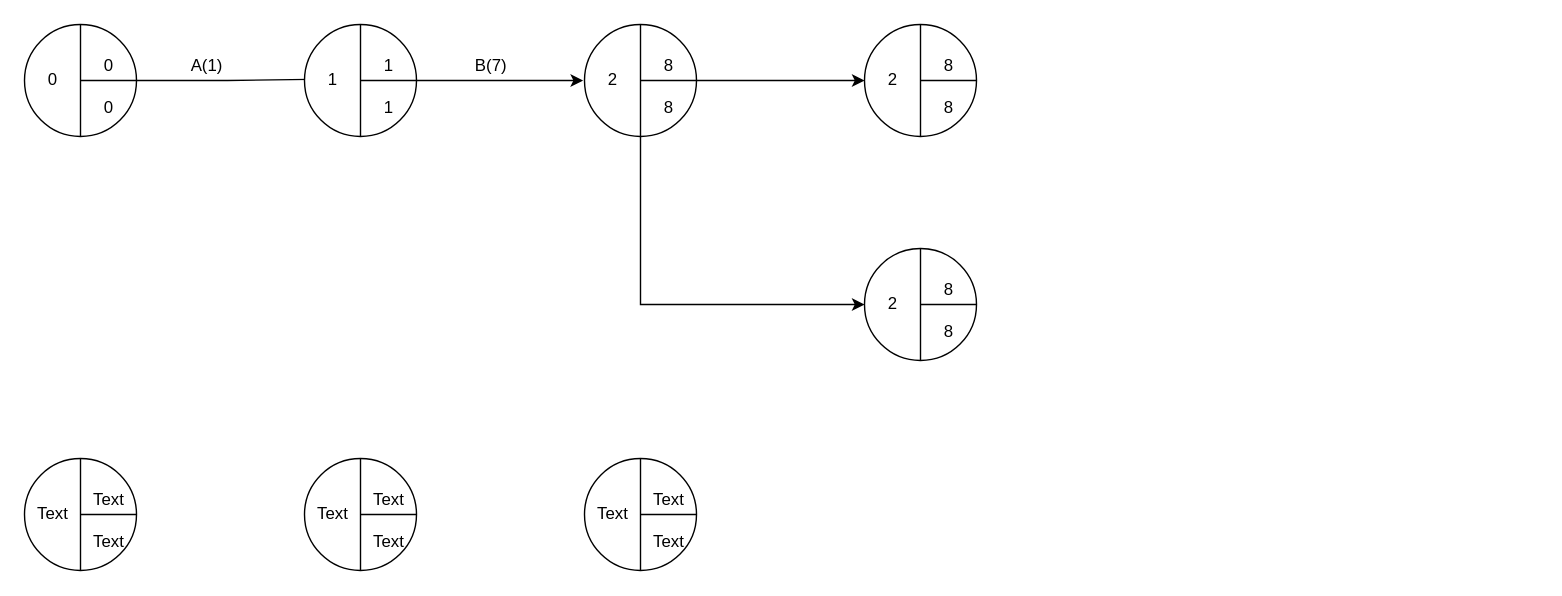
Luchit0-afk/Diagramas keeps this draw.io diagram as IngenieriaSoftware/Practica2/Ej10.drawio. Above is the earlier version. Source tidied: cells renumbered, new cells numbered last; positions are measured from the earlier drawing's top-left corner, leaving out a move shared by most shapes. Both pictures are drawn from the tidied source at 140%, with x=0, y=0 at pixel (24, 24).
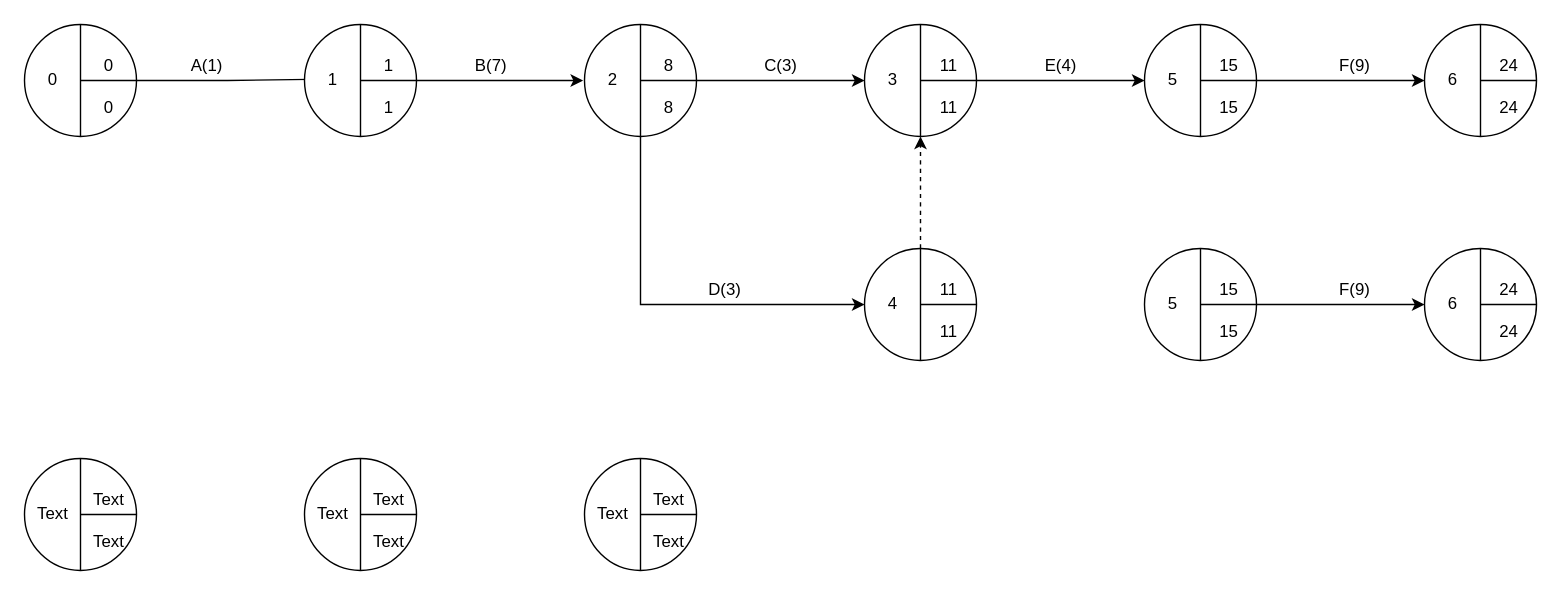
The same page after the edit.

Unchanged cells that the change refers to:
```xml
<mxCell id="44" style="ellipse;whiteSpace=wrap;html=1;" parent="1" vertex="1">
  <mxGeometry x="600" width="80" height="80" as="geometry" />
</mxCell>
<mxCell id="50" style="ellipse;whiteSpace=wrap;html=1;" parent="1" vertex="1">
  <mxGeometry x="600" y="160" width="80" height="80" as="geometry" />
</mxCell>
```

Change to the diagram source:
```diff
@@
+    <mxCell id="56" style="edgeStyle=orthogonalEdgeStyle;rounded=0;jettySize=auto;html=1;exitX=1;exitY=0.5;exitDx=0;exitDy=0;entryX=0;entryY=0.5;entryDx=0;entryDy=0;" parent="1" edge="1" source="44" target="61">
+      <mxGeometry relative="1" as="geometry" />
+    </mxCell>
@@
-    <mxCell id="47" value="8" style="text;html=1;align=center;verticalAlign=middle;strokeColor=none;" parent="1" vertex="1">
-      <mxGeometry x="650" y="20" width="20" height="20" as="geometry" />
+    <mxCell id="47" value="11" style="text;html=1;align=center;verticalAlign=middle;strokeColor=none;" parent="1" vertex="1">
+      <mxGeometry x="645" y="20" width="30" height="20" as="geometry" />
     </mxCell>
-    <mxCell id="48" value="8" style="text;html=1;align=center;verticalAlign=middle;strokeColor=none;" parent="1" vertex="1">
-      <mxGeometry x="650" y="50" width="20" height="20" as="geometry" />
+    <mxCell id="48" value="11" style="text;html=1;align=center;verticalAlign=middle;strokeColor=none;" parent="1" vertex="1">
+      <mxGeometry x="645" y="50" width="30" height="20" as="geometry" />
     </mxCell>
-    <mxCell id="49" value="2" style="text;html=1;align=center;verticalAlign=middle;strokeColor=none;" parent="1" vertex="1">
+    <mxCell id="49" value="3" style="text;html=1;align=center;verticalAlign=middle;strokeColor=none;" parent="1" vertex="1">
       <mxGeometry x="610" y="30" width="20" height="20" as="geometry" />
     </mxCell>
@@
-    <mxCell id="53" value="8" style="text;html=1;align=center;verticalAlign=middle;strokeColor=none;" parent="1" vertex="1">
-      <mxGeometry x="650" y="180" width="20" height="20" as="geometry" />
+    <mxCell id="53" value="11" style="text;html=1;align=center;verticalAlign=middle;strokeColor=none;" parent="1" vertex="1">
+      <mxGeometry x="645" y="180" width="30" height="20" as="geometry" />
     </mxCell>
-    <mxCell id="54" value="8" style="text;html=1;align=center;verticalAlign=middle;strokeColor=none;" parent="1" vertex="1">
-      <mxGeometry x="650" y="210" width="20" height="20" as="geometry" />
+    <mxCell id="54" value="11" style="text;html=1;align=center;verticalAlign=middle;strokeColor=none;" parent="1" vertex="1">
+      <mxGeometry x="645" y="210" width="30" height="20" as="geometry" />
     </mxCell>
-    <mxCell id="55" value="2" style="text;html=1;align=center;verticalAlign=middle;strokeColor=none;" parent="1" vertex="1">
+    <mxCell id="55" value="4" style="text;html=1;align=center;verticalAlign=middle;strokeColor=none;" parent="1" vertex="1">
       <mxGeometry x="610" y="190" width="20" height="20" as="geometry" />
     </mxCell>
+    <mxCell id="57" value="C(3)" style="text;html=1;align=center;verticalAlign=middle;strokeColor=none;" parent="1" vertex="1">
+      <mxGeometry x="520" y="20" width="40" height="20" as="geometry" />
+    </mxCell>
+    <mxCell id="58" value="D(3)" style="text;html=1;align=center;verticalAlign=middle;strokeColor=none;" parent="1" vertex="1">
+      <mxGeometry x="480" y="180" width="40" height="20" as="geometry" />
+    </mxCell>
+    <mxCell id="59" style="html=1;labelBackgroundColor=#ffffff;startArrow=none;startFill=0;startSize=6;endArrow=classic;endFill=1;endSize=6;jettySize=auto;strokeWidth=1;dashed=1;fontSize=14;entryX=0.5;entryY=1;entryDx=0;entryDy=0;exitX=0.5;exitY=0;exitDx=0;exitDy=0;" parent="1" edge="1" source="50" target="44">
+      <mxGeometry relative="1" as="geometry" />
+    </mxCell>
+    <mxCell id="60" style="edgeStyle=orthogonalEdgeStyle;rounded=0;jettySize=auto;html=1;exitX=1;exitY=0.5;exitDx=0;exitDy=0;entryX=0;entryY=0.5;entryDx=0;entryDy=0;" parent="1" edge="1" source="61" target="68">
+      <mxGeometry relative="1" as="geometry" />
+    </mxCell>
+    <mxCell id="61" style="ellipse;whiteSpace=wrap;html=1;" parent="1" vertex="1">
+      <mxGeometry x="800" width="80" height="80" as="geometry" />
+    </mxCell>
+    <mxCell id="62" style="endArrow=none;html=1;entryX=0.5;entryY=0;entryDx=0;entryDy=0;exitX=0.5;exitY=1;exitDx=0;exitDy=0;" parent="1" edge="1" source="61" target="61">
+      <mxGeometry relative="1" as="geometry" />
+    </mxCell>
+    <mxCell id="63" style="endArrow=none;html=1;exitX=1;exitY=0.5;exitDx=0;exitDy=0;" parent="1" edge="1" source="61">
+      <mxGeometry relative="1" as="geometry">
+        <mxPoint x="840" y="40" as="targetPoint" />
+      </mxGeometry>
+    </mxCell>
+    <mxCell id="64" value="15" style="text;html=1;align=center;verticalAlign=middle;strokeColor=none;" parent="1" vertex="1">
+      <mxGeometry x="845" y="20" width="30" height="20" as="geometry" />
+    </mxCell>
+    <mxCell id="65" value="15" style="text;html=1;align=center;verticalAlign=middle;strokeColor=none;" parent="1" vertex="1">
+      <mxGeometry x="845" y="50" width="30" height="20" as="geometry" />
+    </mxCell>
+    <mxCell id="66" value="5" style="text;html=1;align=center;verticalAlign=middle;strokeColor=none;" parent="1" vertex="1">
+      <mxGeometry x="810" y="30" width="20" height="20" as="geometry" />
+    </mxCell>
+    <mxCell id="67" value="E(4)" style="text;html=1;align=center;verticalAlign=middle;strokeColor=none;" parent="1" vertex="1">
+      <mxGeometry x="720" y="20" width="40" height="20" as="geometry" />
+    </mxCell>
+    <mxCell id="68" style="ellipse;whiteSpace=wrap;html=1;" parent="1" vertex="1">
+      <mxGeometry x="1000" width="80" height="80" as="geometry" />
+    </mxCell>
+    <mxCell id="69" style="endArrow=none;html=1;entryX=0.5;entryY=0;entryDx=0;entryDy=0;exitX=0.5;exitY=1;exitDx=0;exitDy=0;" parent="1" edge="1" source="68" target="68">
+      <mxGeometry relative="1" as="geometry" />
+    </mxCell>
+    <mxCell id="70" style="endArrow=none;html=1;exitX=1;exitY=0.5;exitDx=0;exitDy=0;" parent="1" edge="1" source="68">
+      <mxGeometry relative="1" as="geometry">
+        <mxPoint x="1040" y="40" as="targetPoint" />
+      </mxGeometry>
+    </mxCell>
+    <mxCell id="71" value="24" style="text;html=1;align=center;verticalAlign=middle;strokeColor=none;" parent="1" vertex="1">
+      <mxGeometry x="1045" y="20" width="30" height="20" as="geometry" />
+    </mxCell>
+    <mxCell id="72" value="24" style="text;html=1;align=center;verticalAlign=middle;strokeColor=none;" parent="1" vertex="1">
+      <mxGeometry x="1045" y="50" width="30" height="20" as="geometry" />
+    </mxCell>
+    <mxCell id="73" value="6" style="text;html=1;align=center;verticalAlign=middle;strokeColor=none;" parent="1" vertex="1">
+      <mxGeometry x="1010" y="30" width="20" height="20" as="geometry" />
+    </mxCell>
+    <mxCell id="74" value="F(9)" style="text;html=1;align=center;verticalAlign=middle;strokeColor=none;" parent="1" vertex="1">
+      <mxGeometry x="930" y="20" width="40" height="20" as="geometry" />
+    </mxCell>
+    <mxCell id="75" style="edgeStyle=orthogonalEdgeStyle;rounded=0;jettySize=auto;html=1;exitX=1;exitY=0.5;exitDx=0;exitDy=0;entryX=0;entryY=0.5;entryDx=0;entryDy=0;" parent="1" edge="1" source="76" target="82">
+      <mxGeometry relative="1" as="geometry" />
+    </mxCell>
+    <mxCell id="76" style="ellipse;whiteSpace=wrap;html=1;" parent="1" vertex="1">
+      <mxGeometry x="800" y="160" width="80" height="80" as="geometry" />
+    </mxCell>
+    <mxCell id="77" style="endArrow=none;html=1;entryX=0.5;entryY=0;entryDx=0;entryDy=0;exitX=0.5;exitY=1;exitDx=0;exitDy=0;" parent="1" edge="1" source="76" target="76">
+      <mxGeometry relative="1" as="geometry" />
+    </mxCell>
+    <mxCell id="78" style="endArrow=none;html=1;exitX=1;exitY=0.5;exitDx=0;exitDy=0;" parent="1" edge="1" source="76">
+      <mxGeometry relative="1" as="geometry">
+        <mxPoint x="840" y="200" as="targetPoint" />
+      </mxGeometry>
+    </mxCell>
+    <mxCell id="79" value="15" style="text;html=1;align=center;verticalAlign=middle;strokeColor=none;" parent="1" vertex="1">
+      <mxGeometry x="845" y="180" width="30" height="20" as="geometry" />
+    </mxCell>
+    <mxCell id="80" value="15" style="text;html=1;align=center;verticalAlign=middle;strokeColor=none;" parent="1" vertex="1">
+      <mxGeometry x="845" y="210" width="30" height="20" as="geometry" />
+    </mxCell>
+    <mxCell id="81" value="5" style="text;html=1;align=center;verticalAlign=middle;strokeColor=none;" parent="1" vertex="1">
+      <mxGeometry x="810" y="190" width="20" height="20" as="geometry" />
+    </mxCell>
+    <mxCell id="82" style="ellipse;whiteSpace=wrap;html=1;" parent="1" vertex="1">
+      <mxGeometry x="1000" y="160" width="80" height="80" as="geometry" />
+    </mxCell>
+    <mxCell id="83" style="endArrow=none;html=1;entryX=0.5;entryY=0;entryDx=0;entryDy=0;exitX=0.5;exitY=1;exitDx=0;exitDy=0;" parent="1" edge="1" source="82" target="82">
+      <mxGeometry relative="1" as="geometry" />
+    </mxCell>
+    <mxCell id="84" style="endArrow=none;html=1;exitX=1;exitY=0.5;exitDx=0;exitDy=0;" parent="1" edge="1" source="82">
+      <mxGeometry relative="1" as="geometry">
+        <mxPoint x="1040" y="200" as="targetPoint" />
+      </mxGeometry>
+    </mxCell>
+    <mxCell id="85" value="24" style="text;html=1;align=center;verticalAlign=middle;strokeColor=none;" parent="1" vertex="1">
+      <mxGeometry x="1045" y="180" width="30" height="20" as="geometry" />
+    </mxCell>
+    <mxCell id="86" value="24" style="text;html=1;align=center;verticalAlign=middle;strokeColor=none;" parent="1" vertex="1">
+      <mxGeometry x="1045" y="210" width="30" height="20" as="geometry" />
+    </mxCell>
+    <mxCell id="87" value="6" style="text;html=1;align=center;verticalAlign=middle;strokeColor=none;" parent="1" vertex="1">
+      <mxGeometry x="1010" y="190" width="20" height="20" as="geometry" />
+    </mxCell>
+    <mxCell id="88" value="F(9)" style="text;html=1;align=center;verticalAlign=middle;strokeColor=none;" parent="1" vertex="1">
+      <mxGeometry x="930" y="180" width="40" height="20" as="geometry" />
+    </mxCell>
```
